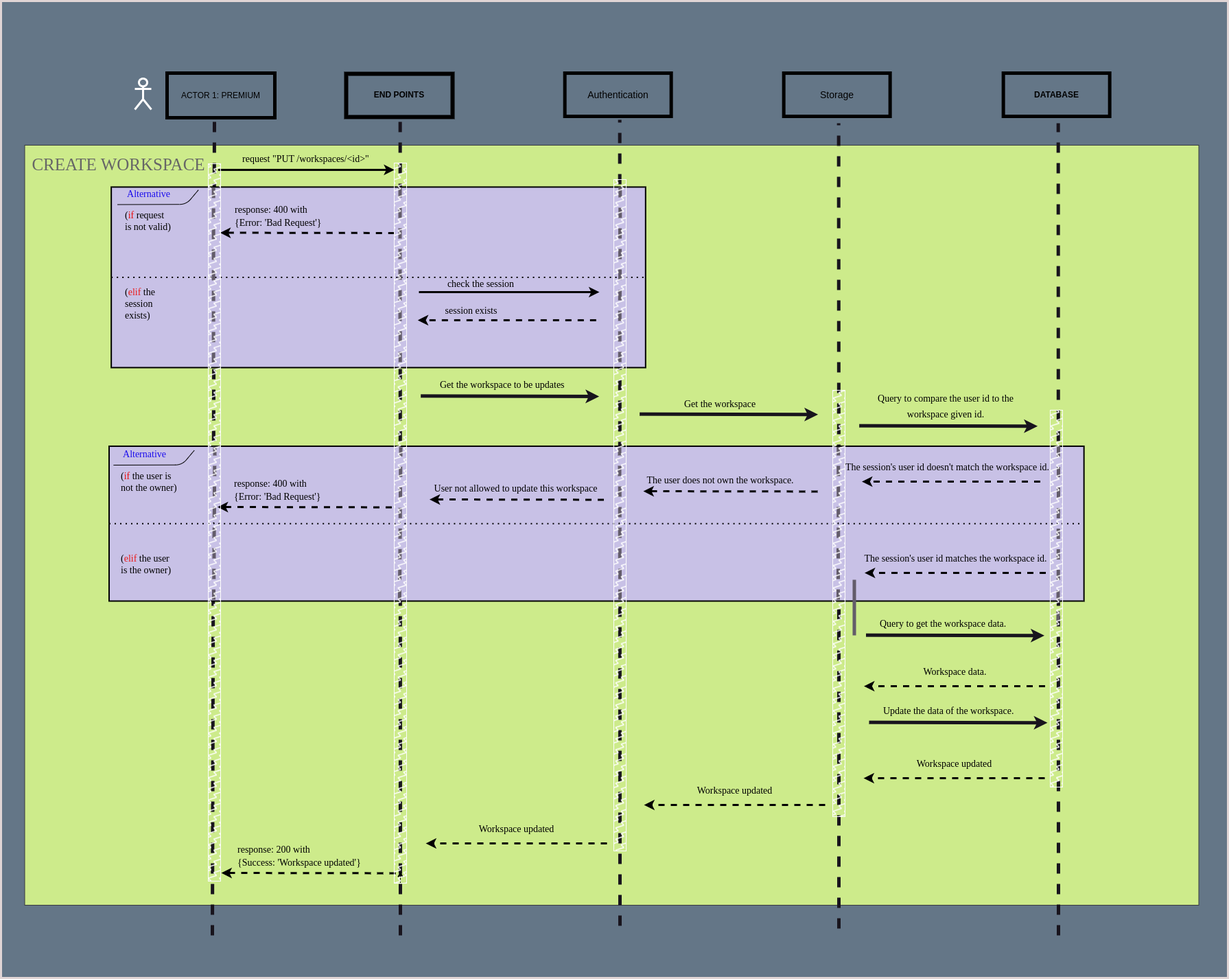
The draw.io diagram UML/Sequence_diagram/Png/Put_workspace_diagram.png in Kolapo-code/Booker, before a commit. Source tidied: cells renumbered, new cells last; positions are measured from the earlier drawing's top-left corner, leaving out a move shared by most shapes.
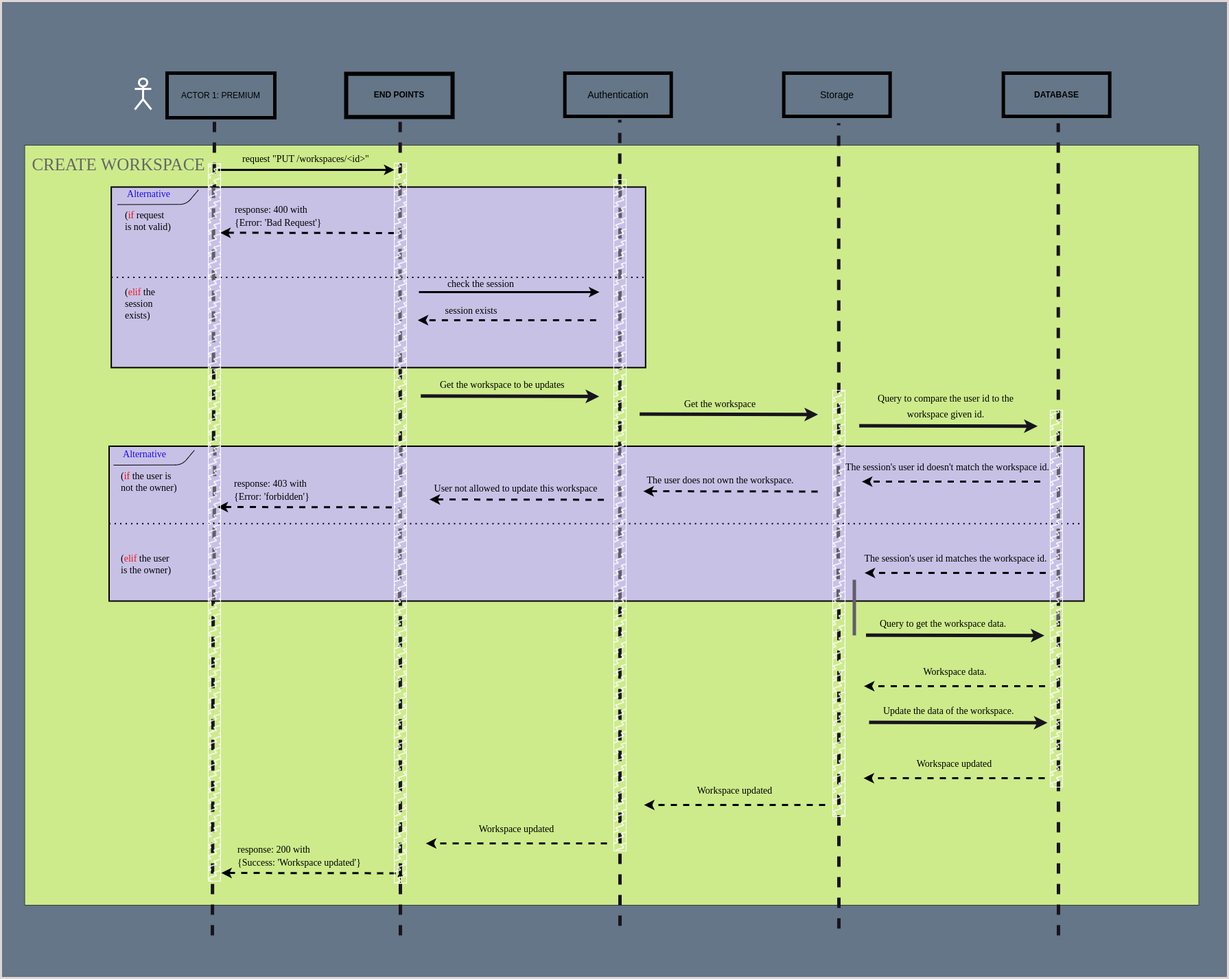
After the change.

What changed in the source:
```diff
@@ -259,8 +259,8 @@
         <mxPoint x="315.5" y="737" as="targetPoint" />
       </mxGeometry>
     </mxCell>
-    <mxCell id="58" value="&lt;p style=&quot;line-height: 70%;&quot;&gt;&lt;font style=&quot;font-size: 14px;&quot; face=&quot;Verdana&quot;&gt;response: 400 with&lt;br&gt;{Error&lt;/font&gt;&lt;span style=&quot;background-color: initial; font-family: Verdana; font-size: 14px;&quot;&gt;: 'Bad Request'}&amp;nbsp;&lt;/span&gt;&lt;/p&gt;" style="text;html=1;align=left;verticalAlign=middle;strokeColor=none;fillColor=none;fontSize=22;fontColor=#000000;" parent="1" vertex="1">
-      <mxGeometry x="337.5" y="665" width="183" height="91" as="geometry" />
+    <mxCell id="58" value="&lt;p style=&quot;line-height: 70%;&quot;&gt;&lt;font style=&quot;font-size: 14px;&quot; face=&quot;Verdana&quot;&gt;response: 403 with&lt;br&gt;{Error&lt;/font&gt;&lt;span style=&quot;background-color: initial; font-family: Verdana; font-size: 14px;&quot;&gt;: 'forbidden'}&amp;nbsp;&lt;/span&gt;&lt;/p&gt;" style="text;html=1;align=left;verticalAlign=middle;strokeColor=none;fillColor=none;fontSize=22;fontColor=#000000;" parent="1" vertex="1">
+      <mxGeometry x="337.5" y="664" width="131" height="94" as="geometry" />
     </mxCell>
     <mxCell id="59" style="endArrow=none;html=1;strokeColor=#635c6a;strokeWidth=5;fontFamily=Times New Roman;fontSize=19;fontColor=#ec1818;endSize=4;" parent="1" edge="1">
       <mxGeometry relative="1" as="geometry">
```
